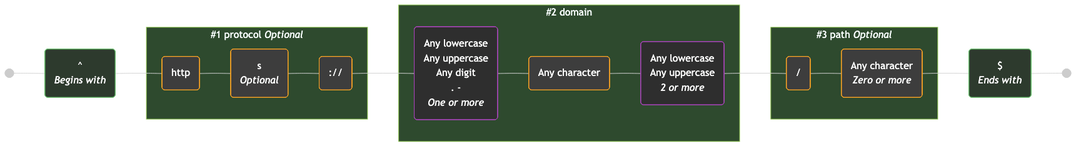
Above: diagrams/url.mermaid-diagram.dark-theme.png in tayles/regex-to-mermaid (Mermaid), before the change. Its source is kept beside it as diagrams/url.mermaid.
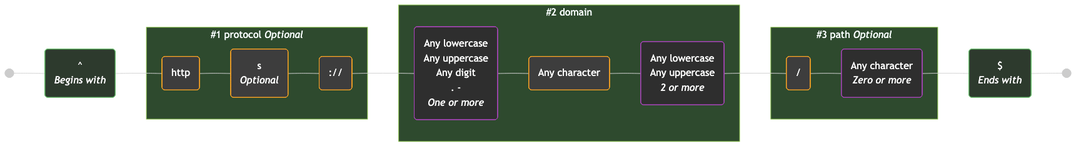
The same file after the commit.

What changed in the source:
```diff
@@ -1,18 +1,18 @@
 graph LR
   accTitle: "Regex: ^(?<protocol>https?:\\/\\/)?(?<domain>[a-zA-Z0-9.-]+\\.[a-zA-Z]{2,})(?<path>\\/.*)?$"
-  accDescr: "Generated with regex-to-mermaid@1.0.4"
+  accDescr: "Generated with regex-to-mermaid@1.1.0"
 
   start@{ shape: f-circ };
   fin@{ shape: f-circ };
   assertion_1("^<br><i>Begins with</i>"):::assertion;
   literal_1("http"):::literal;
   literal_2("s<br><i>Optional</i>"):::literal;
-  literal_3("://"):::literal;
+  literal_3(":\/\/"):::literal;
   char_class_1("Any lowercase<br>Any uppercase<br>Any digit<br>. -<br><i>One or more</i>"):::char-class;
   literal_4("Any character"):::literal;
   char_class_2("Any lowercase<br>Any uppercase<br><i>2 or more</i>"):::char-class;
-  literal_5("/"):::literal;
-  literal_6("Any character<br><i>Zero or more</i>"):::literal;
+  literal_5("\/"):::literal;
+  char_class_3("Any character<br><i>Zero or more</i>"):::char-class;
   assertion_2("$<br><i>Ends with</i>"):::assertion;
 
   subgraph named_capture_1 ["#1 protocol <i>Optional</i>"]
@@ -29,7 +29,7 @@
 
   subgraph named_capture_3 ["#3 path <i>Optional</i>"]
     literal_5
-    literal_6
+    char_class_3
   end
 
   start --- assertion_1;
@@ -40,8 +40,8 @@
   char_class_1 --- literal_4;
   literal_4 --- char_class_2;
   char_class_2 --- literal_5;
-  literal_5 --- literal_6;
-  literal_6 --- assertion_2;
+  literal_5 --- char_class_3;
+  char_class_3 --- assertion_2;
   assertion_2 --- fin;
 
   classDef assertion fill:#B6D7A8,stroke:#93C47D,color:#000000;
```
